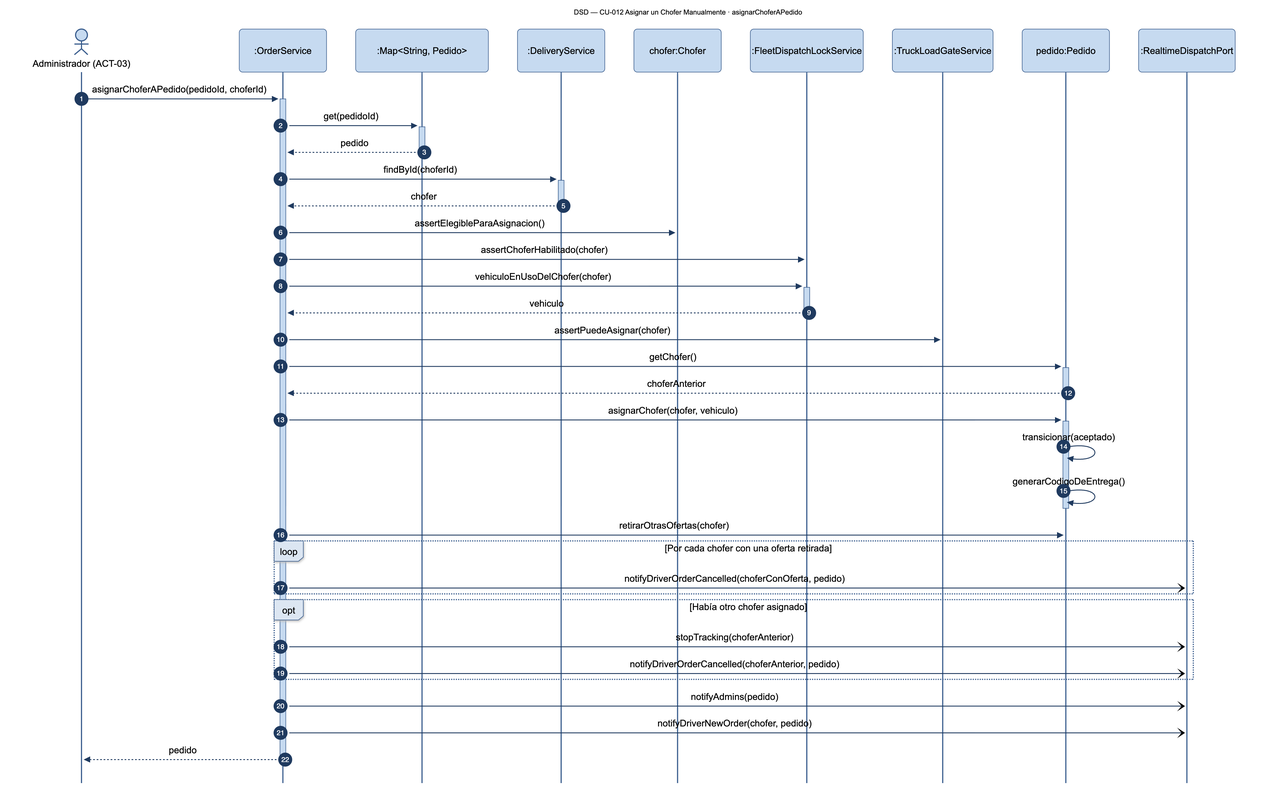
The Mermaid diagram diagramas/png/DSD_CU-012_asignarChoferAPedido.png in Nahuelito-Dev/splg-docs, before a commit. Its source is kept beside it as diagramas/DSD_CU-012_asignarChoferAPedido.mmd.
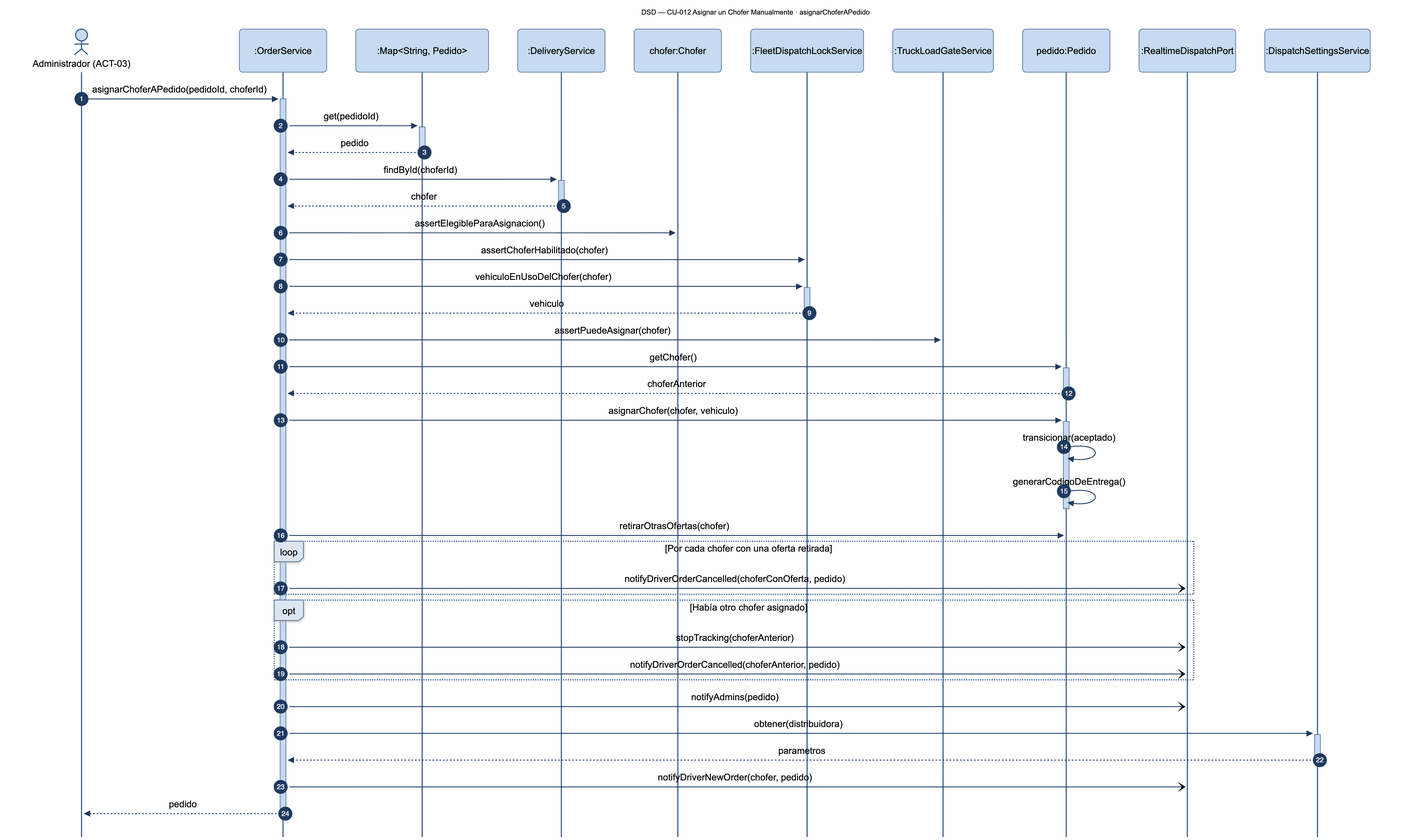
After the commit.

The edit, as a diff of the source:
```diff
@@ -10,6 +10,7 @@
     participant TLG as :TruckLoadGateService
     participant PED as pedido:Pedido
     participant RT as :RealtimeDispatchPort
+    participant CFG as :DispatchSettingsService
 
     ADM->>+SRV: asignarChoferAPedido(pedidoId, choferId)
     SRV->>+PEDS: get(pedidoId)
@@ -36,5 +37,7 @@
         SRV-)RT: notifyDriverOrderCancelled(choferAnterior, pedido)
     end
     SRV-)RT: notifyAdmins(pedido)
+    SRV->>+CFG: obtener(distribuidora)
+    CFG-->>-SRV: parametros
     SRV-)RT: notifyDriverNewOrder(chofer, pedido)
     SRV-->>-ADM: pedido
```
